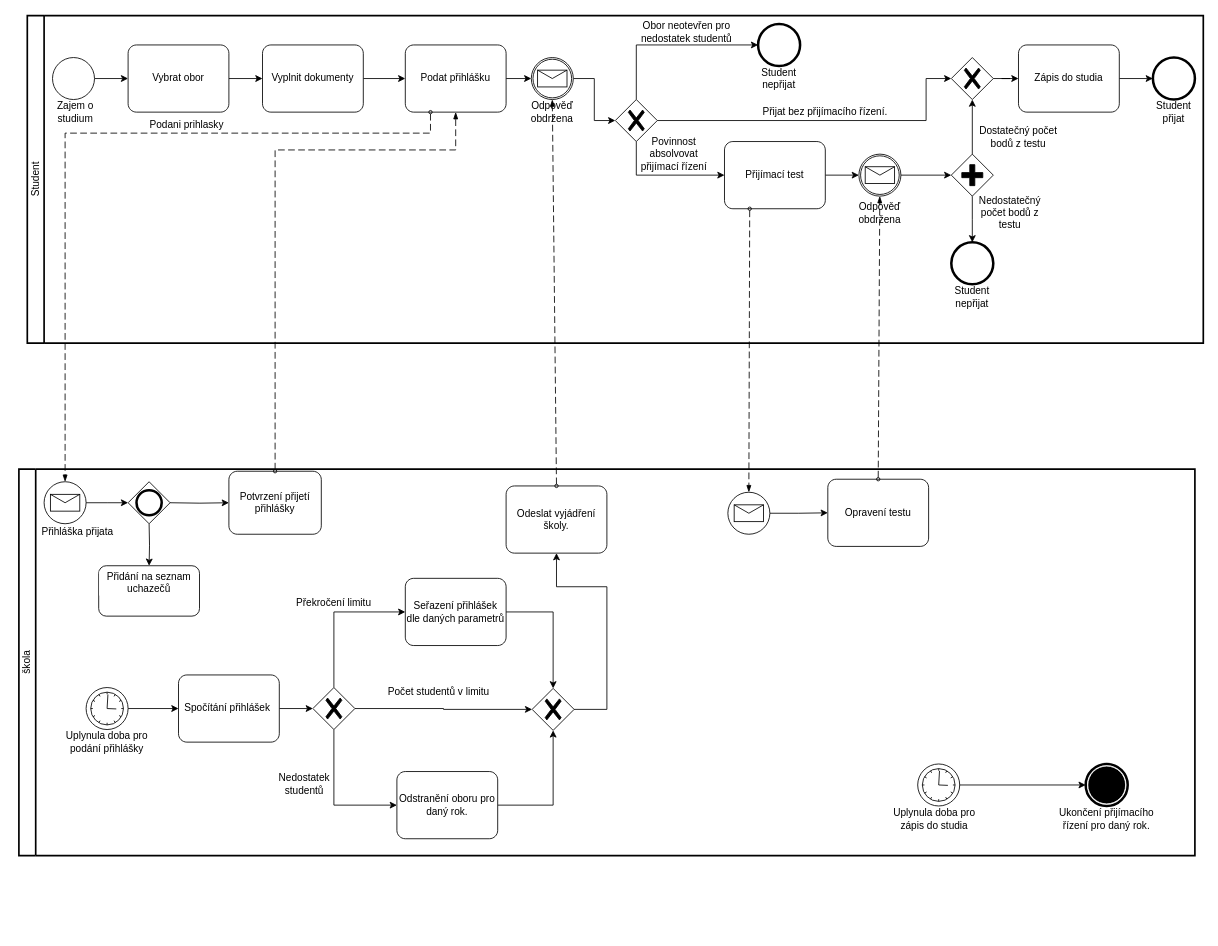
Earlier version of the draw.io diagram Process/Process.drawio (KristyFromEarth/UML). Source tidied: cells renumbered, new cells numbered last; positions are measured from the earlier drawing's top-left corner, leaving out a move shared by most shapes. Both pictures are drawn from the tidied source at 84%, with x=0, y=0 at pixel (2, 15).
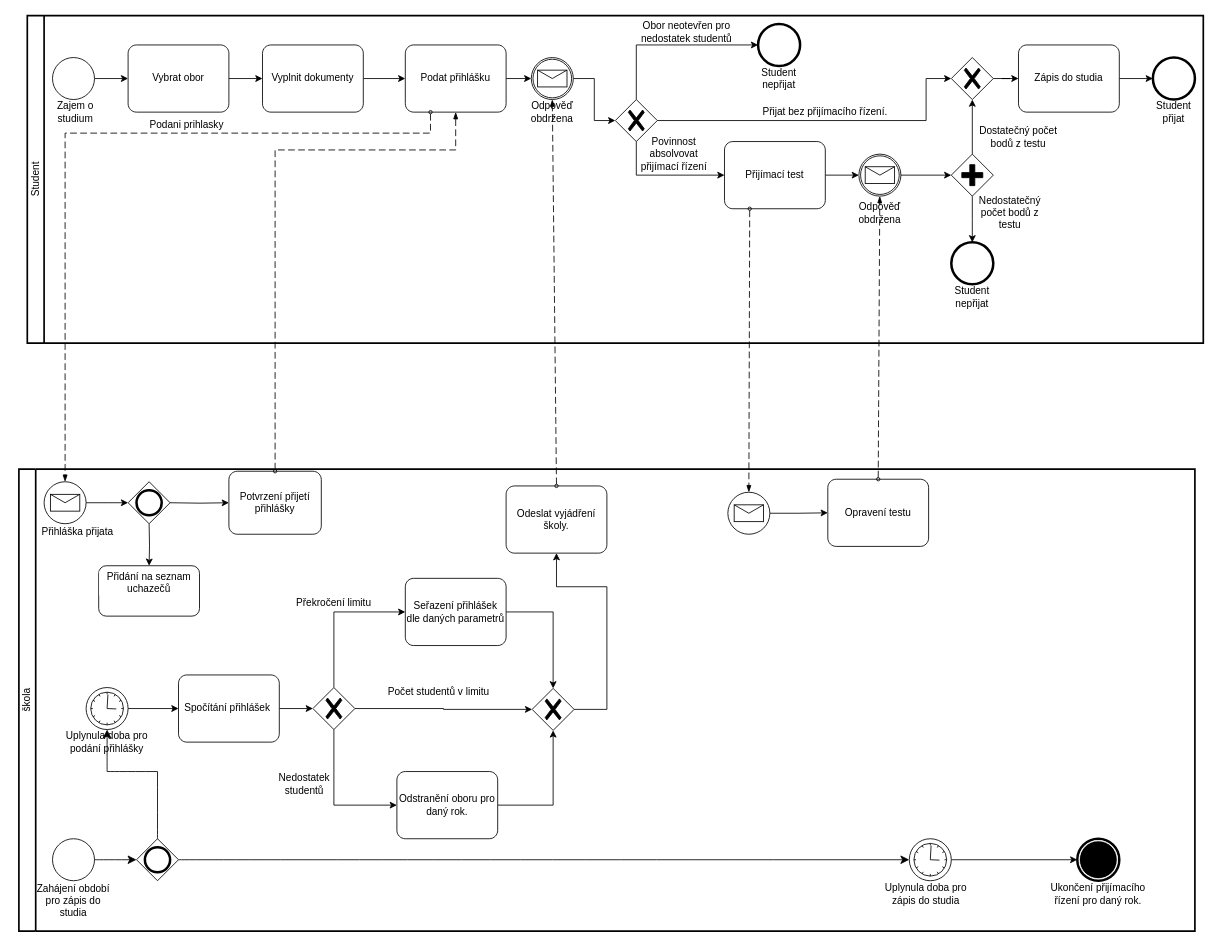
The same diagram, later.

Commit message:
Oprava prvniho ukolu Process.drawio

Unchanged cells that the change refers to:
```xml
<mxCell id="61" value="Uplynula doba pro podání přihlášky" style="text;html=1;strokeColor=none;fillColor=none;align=center;verticalAlign=middle;whiteSpace=wrap;rounded=0;" parent="44" vertex="1">
  <mxGeometry x="45" y="310" width="120" height="30" as="geometry" />
</mxCell>
```

The edit, as a diff of the source:
```diff
@@
     <mxCell id="44" style="swimlane;html=1;startSize=20;fontStyle=0;horizontal=0;swimlaneLine=1;swimlaneFillColor=#ffffff;strokeWidth=2;whiteSpace=wrap;" parent="1" vertex="1">
-      <mxGeometry x="20" y="540" width="1400" height="460" as="geometry" />
+      <mxGeometry x="20" y="540" width="1400" height="550" as="geometry" />
     </mxCell>
@@
     <mxCell id="48" value="škola" style="text;html=1;strokeColor=none;fillColor=none;align=center;verticalAlign=middle;whiteSpace=wrap;rounded=0;rotation=-90;" parent="44" vertex="1">
-      <mxGeometry x="-20" y="215" width="60" height="30" as="geometry" />
+      <mxGeometry x="-20" y="260" width="60" height="30" as="geometry" />
     </mxCell>
@@
     <mxCell id="76" style="points=[[0.145,0.145,0],[0.5,0,0],[0.855,0.145,0],[1,0.5,0],[0.855,0.855,0],[0.5,1,0],[0.145,0.855,0],[0,0.5,0]];shape=mxgraph.bpmn.event;html=1;verticalLabelPosition=bottom;labelBackgroundColor=#ffffff;verticalAlign=top;align=center;perimeter=ellipsePerimeter;outlineConnect=0;outline=standard;symbol=timer;" parent="44" vertex="1">
-      <mxGeometry x="1070" y="351" width="50" height="50" as="geometry" />
+      <mxGeometry x="1060" y="440" width="50" height="50" as="geometry" />
     </mxCell>
     <mxCell id="77" value="Uplynula doba pro zápis do studia" style="text;html=1;strokeColor=none;fillColor=none;align=center;verticalAlign=middle;whiteSpace=wrap;rounded=0;" parent="44" vertex="1">
-      <mxGeometry x="1030" y="402" width="120" height="30" as="geometry" />
+      <mxGeometry x="1020" y="491" width="120" height="30" as="geometry" />
     </mxCell>
     <mxCell id="78" style="points=[[0.145,0.145,0],[0.5,0,0],[0.855,0.145,0],[1,0.5,0],[0.855,0.855,0],[0.5,1,0],[0.145,0.855,0],[0,0.5,0]];shape=mxgraph.bpmn.event;html=1;verticalLabelPosition=bottom;labelBackgroundColor=#ffffff;verticalAlign=top;align=center;perimeter=ellipsePerimeter;outlineConnect=0;outline=end;symbol=terminate;" parent="44" vertex="1">
-      <mxGeometry x="1270" y="351" width="50" height="50" as="geometry" />
+      <mxGeometry x="1260" y="440" width="50" height="50" as="geometry" />
     </mxCell>
     <mxCell id="79" value="Ukončení přijímacího řízení pro daný rok." style="text;html=1;strokeColor=none;fillColor=none;align=center;verticalAlign=middle;whiteSpace=wrap;rounded=0;" parent="44" vertex="1">
-      <mxGeometry x="1235" y="402" width="120" height="30" as="geometry" />
+      <mxGeometry x="1225" y="491" width="120" height="30" as="geometry" />
     </mxCell>
@@
+    <mxCell id="86" style="edgeStyle=none;curved=1;rounded=0;jettySize=auto;html=1;exitX=1;exitY=0.5;exitDx=0;exitDy=0;exitPerimeter=0;entryX=0;entryY=0.5;entryDx=0;entryDy=0;entryPerimeter=0;fontSize=12;startSize=8;endSize=8;" parent="44" edge="1" source="87" target="89">
+      <mxGeometry relative="1" as="geometry" />
+    </mxCell>
+    <mxCell id="87" style="points=[[0.145,0.145,0],[0.5,0,0],[0.855,0.145,0],[1,0.5,0],[0.855,0.855,0],[0.5,1,0],[0.145,0.855,0],[0,0.5,0]];shape=mxgraph.bpmn.event;html=1;verticalLabelPosition=bottom;labelBackgroundColor=#ffffff;verticalAlign=top;align=center;perimeter=ellipsePerimeter;outlineConnect=0;outline=standard;symbol=general;fontSize=16;" parent="44" vertex="1">
+      <mxGeometry x="40" y="440" width="50" height="50" as="geometry" />
+    </mxCell>
+    <mxCell id="88" style="edgeStyle=none;curved=1;rounded=0;jettySize=auto;html=1;entryX=0;entryY=0.5;entryDx=0;entryDy=0;entryPerimeter=0;fontSize=12;startSize=8;endSize=8;" parent="44" edge="1" source="89" target="76">
+      <mxGeometry relative="1" as="geometry" />
+    </mxCell>
+    <mxCell id="89" style="points=[[0.25,0.25,0],[0.5,0,0],[0.75,0.25,0],[1,0.5,0],[0.75,0.75,0],[0.5,1,0],[0.25,0.75,0],[0,0.5,0]];shape=mxgraph.bpmn.gateway2;html=1;verticalLabelPosition=bottom;labelBackgroundColor=#ffffff;verticalAlign=top;align=center;perimeter=rhombusPerimeter;outlineConnect=0;outline=end;symbol=general;" parent="44" vertex="1">
+      <mxGeometry x="140" y="440" width="50" height="50" as="geometry" />
+    </mxCell>
+    <mxCell id="90" style="endArrow=none;html=1;rounded=0;fontSize=12;startSize=8;endSize=8;curved=1;exitX=0.5;exitY=0;exitDx=0;exitDy=0;exitPerimeter=0;" parent="44" edge="1" source="89">
+      <mxGeometry relative="1" as="geometry">
+        <mxPoint x="165" y="360" as="targetPoint" />
+      </mxGeometry>
+    </mxCell>
+    <mxCell id="91" style="endArrow=classic;html=1;rounded=0;fontSize=12;startSize=8;endSize=8;curved=1;entryX=0.5;entryY=0;entryDx=0;entryDy=0;" parent="44" edge="1" target="61">
+      <mxGeometry relative="1" as="geometry">
+        <mxPoint x="105" y="360" as="sourcePoint" />
+      </mxGeometry>
+    </mxCell>
+    <mxCell id="92" style="endArrow=none;html=1;rounded=0;fontSize=12;startSize=8;endSize=8;curved=1;" parent="44" edge="1">
+      <mxGeometry relative="1" as="geometry">
+        <mxPoint x="105" y="360" as="sourcePoint" />
+        <mxPoint x="165" y="360" as="targetPoint" />
+      </mxGeometry>
+    </mxCell>
+    <mxCell id="93" value="Zahájení období pro zápis do studia" style="text;html=1;strokeColor=none;fillColor=none;align=center;verticalAlign=middle;whiteSpace=wrap;rounded=0;" parent="44" vertex="1">
+      <mxGeometry x="15" y="499" width="100" height="30" as="geometry" />
+    </mxCell>
```
